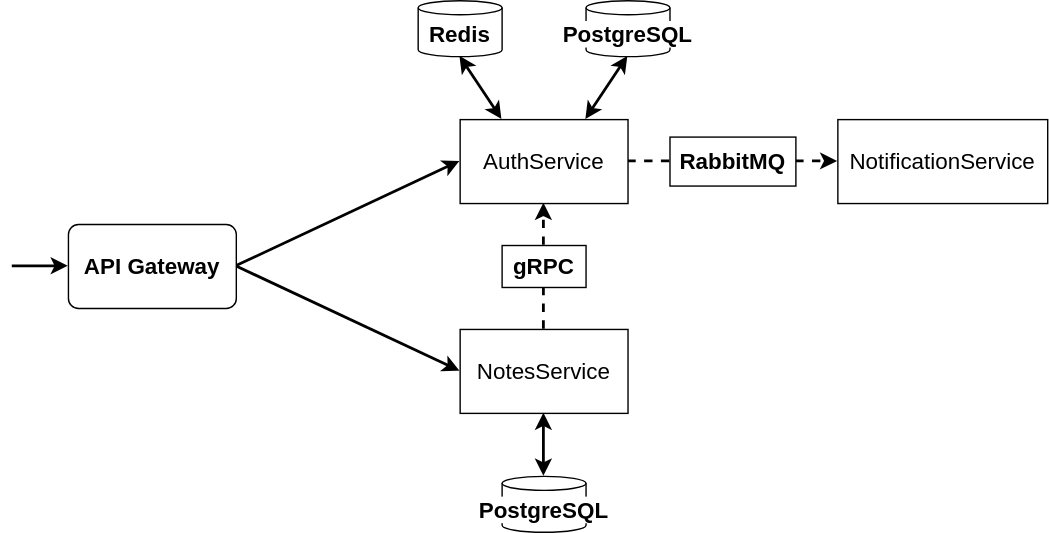
This is diagram.svg from tynou/backend, a draw.io export, as it was before one commit. Source tidied: cells renumbered, new cells last; positions are measured from the earlier drawing's top-left corner, leaving out a move shared by most shapes.
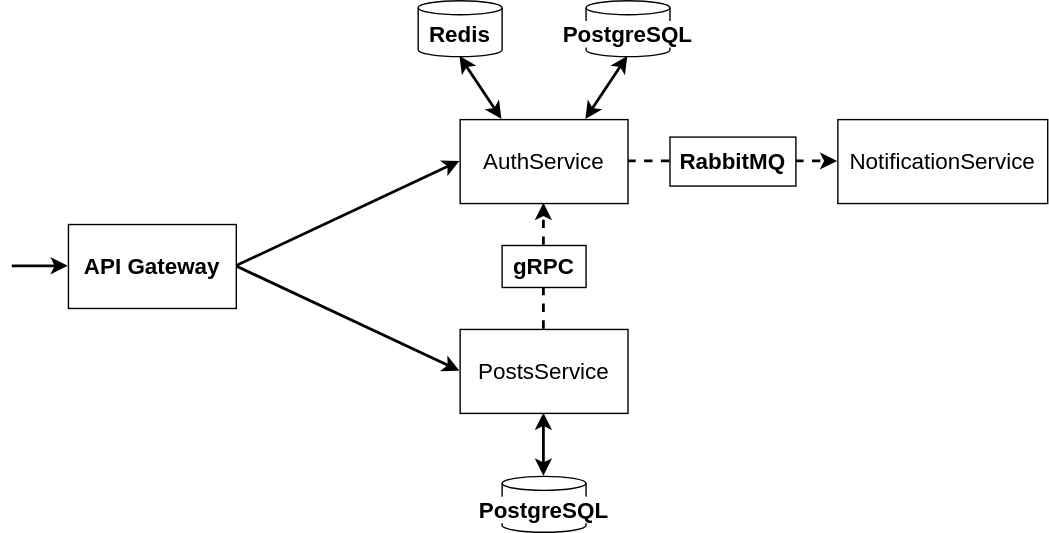
Later version of the same file.

What changed in the source:
```diff
@@ -13,13 +13,13 @@
         <mxPoint y="190" as="targetPoint" />
       </mxGeometry>
     </mxCell>
-    <mxCell id="5" value="API Gateway" style="rounded=1;whiteSpace=wrap;html=1;fontFamily=Helvetica;fontStyle=1;fontSize=16;perimeterSpacing=0;strokeWidth=1;arcSize=12;labelBackgroundColor=none;" parent="1" vertex="1">
+    <mxCell id="5" value="API Gateway" style="rounded=0;whiteSpace=wrap;html=1;fontFamily=Helvetica;fontStyle=1;fontSize=16;perimeterSpacing=0;strokeWidth=1;arcSize=12;labelBackgroundColor=none;" parent="1" vertex="1">
       <mxGeometry x="40" y="160" width="120" height="60" as="geometry" />
     </mxCell>
     <mxCell id="6" style="edgeStyle=orthogonalEdgeStyle;rounded=0;jettySize=auto;html=1;entryX=0.5;entryY=1;entryDx=0;entryDy=0;strokeWidth=2;labelBorderColor=none;labelBackgroundColor=default;dashed=1;" parent="1" edge="1" source="7" target="9">
       <mxGeometry relative="1" as="geometry" />
     </mxCell>
-    <mxCell id="7" value="NotesService" style="rounded=0;whiteSpace=wrap;html=1;fontSize=16;labelBackgroundColor=none;" parent="1" vertex="1">
+    <mxCell id="7" value="PostsService" style="rounded=0;whiteSpace=wrap;html=1;fontSize=16;labelBackgroundColor=none;" parent="1" vertex="1">
       <mxGeometry x="320" y="235" width="120" height="60" as="geometry" />
     </mxCell>
     <mxCell id="8" style="edgeStyle=orthogonalEdgeStyle;rounded=0;jettySize=auto;html=1;exitX=1;exitY=0.5;exitDx=0;exitDy=0;strokeWidth=2;entryX=0;entryY=0.5;entryDx=0;entryDy=0;dashed=1;" parent="1" edge="1" source="9" target="14">
```
